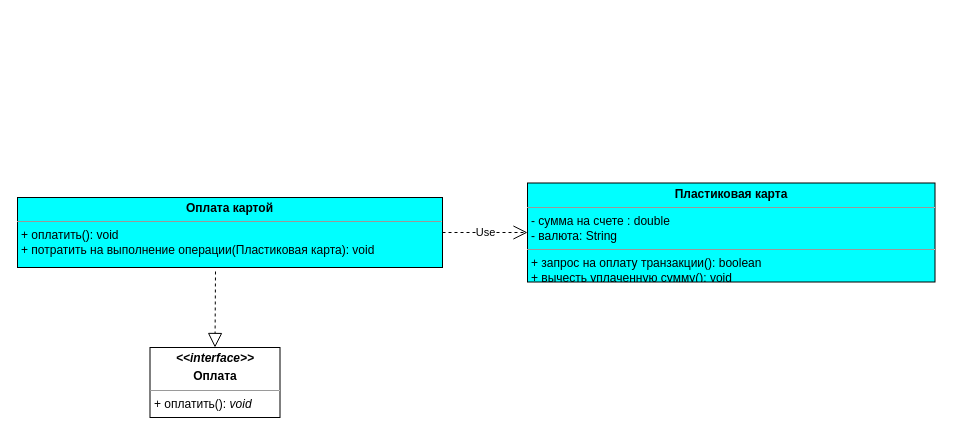
Above: page "editedCard" (3 of 8) of class/class diagram.drawio in sazro19/PPwIS_UML (draw.io), before the change. Source tidied: cells renumbered, new cells numbered last; positions are measured from the earlier drawing's top-left corner, leaving out a move shared by most shapes. Both pictures are drawn from the tidied source at 100%, with x=0, y=0 at pixel (17, 183).
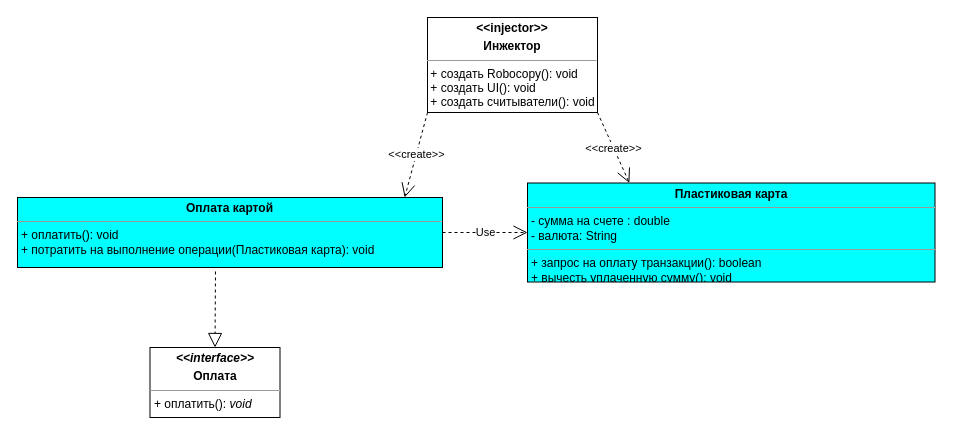
After the change.

What changed in the source:
```diff
@@
 <mxGraphModel>
   <root>
     <mxCell id="0" />
     <mxCell id="1" parent="0" />
     <mxCell id="2" value="&lt;p style=&quot;margin: 0px ; margin-top: 4px ; text-align: center&quot;&gt;&lt;b&gt;Пластиковая карта&lt;/b&gt;&lt;/p&gt;&lt;hr size=&quot;1&quot;&gt;&lt;p style=&quot;margin: 0px ; margin-left: 4px&quot;&gt;&lt;span&gt;- сумма на счете : double&lt;/span&gt;&lt;/p&gt;&lt;p style=&quot;margin: 0px ; margin-left: 4px&quot;&gt;&lt;span&gt;- валюта: String&lt;/span&gt;&lt;/p&gt;&lt;hr size=&quot;1&quot;&gt;&lt;p style=&quot;margin: 0px ; margin-left: 4px&quot;&gt;&lt;span&gt;+ запрос на оплату транзакции(): boolean&lt;/span&gt;&lt;/p&gt;&lt;p style=&quot;margin: 0px ; margin-left: 4px&quot;&gt;&lt;span&gt;+ вычесть уплаченную сумму(): void&lt;/span&gt;&lt;/p&gt;" style="verticalAlign=top;align=left;overflow=fill;fontSize=12;fontFamily=Helvetica;html=1;fillColor=#00FFFF;" parent="1" vertex="1">
       <mxGeometry x="510" y="-0.5" width="407.5" height="99" as="geometry" />
     </mxCell>
     <mxCell id="3" value="&lt;p style=&quot;margin: 0px ; margin-top: 4px ; text-align: center&quot;&gt;&lt;b&gt;&lt;i&gt;&amp;lt;&amp;lt;interface&amp;gt;&amp;gt;&lt;/i&gt;&lt;/b&gt;&lt;/p&gt;&lt;p style=&quot;margin: 0px ; margin-top: 4px ; text-align: center&quot;&gt;&lt;b&gt;Оплата&lt;/b&gt;&lt;/p&gt;&lt;hr size=&quot;1&quot;&gt;&lt;div style=&quot;height: 2px&quot;&gt;&lt;p style=&quot;margin: 0px 0px 0px 4px&quot;&gt;+ оплатить(): &lt;i&gt;void&lt;/i&gt;&lt;/p&gt;&lt;p style=&quot;margin: 0px 0px 0px 4px&quot;&gt;&lt;i&gt;&lt;br&gt;&lt;/i&gt;&lt;/p&gt;&lt;/div&gt;" style="verticalAlign=top;align=left;overflow=fill;fontSize=12;fontFamily=Helvetica;html=1;" parent="1" vertex="1">
       <mxGeometry x="132.5" y="164" width="130" height="70" as="geometry" />
     </mxCell>
     <mxCell id="4" value="&lt;p style=&quot;margin: 0px ; margin-top: 4px ; text-align: center&quot;&gt;&lt;b&gt;Оплата картой&lt;/b&gt;&lt;/p&gt;&lt;hr size=&quot;1&quot;&gt;&lt;div style=&quot;height: 2px&quot;&gt;&lt;p style=&quot;margin: 0px 0px 0px 4px&quot;&gt;+ оплатить(): void&lt;/p&gt;&lt;p style=&quot;margin: 0px 0px 0px 4px&quot;&gt;+&amp;nbsp;&lt;span&gt;потратить на выполнение операции(Пластиковая карта): void&lt;/span&gt;&lt;/p&gt;&lt;p style=&quot;margin: 0px 0px 0px 4px&quot;&gt;&lt;br&gt;&lt;/p&gt;&lt;p style=&quot;margin: 0px 0px 0px 4px&quot;&gt;&lt;br&gt;&lt;/p&gt;&lt;/div&gt;" style="verticalAlign=top;align=left;overflow=fill;fontSize=12;fontFamily=Helvetica;html=1;fillColor=#00FFFF;" parent="1" vertex="1">
       <mxGeometry y="14" width="425" height="70" as="geometry" />
     </mxCell>
     <mxCell id="5" style="endArrow=block;dashed=1;endFill=0;endSize=12;html=1;entryX=0.5;entryY=0;entryDx=0;entryDy=0;" parent="1" edge="1" target="3">
       <mxGeometry relative="1" as="geometry">
         <mxPoint x="198" y="88" as="sourcePoint" />
       </mxGeometry>
     </mxCell>
     <mxCell id="6" value="Use" style="endArrow=open;endSize=12;dashed=1;html=1;exitX=1;exitY=0.5;exitDx=0;exitDy=0;entryX=0;entryY=0.5;entryDx=0;entryDy=0;" parent="1" edge="1" source="4" target="2">
       <mxGeometry relative="1" as="geometry" />
     </mxCell>
+    <mxCell id="7" value="&lt;p style=&quot;margin: 0px ; margin-top: 4px ; text-align: center&quot;&gt;&lt;b&gt;&amp;lt;&amp;lt;injector&amp;gt;&amp;gt;&lt;/b&gt;&lt;/p&gt;&lt;p style=&quot;margin: 0px ; margin-top: 4px ; text-align: center&quot;&gt;&lt;b&gt;Инжектор&lt;/b&gt;&lt;/p&gt;&lt;hr size=&quot;1&quot;&gt;&lt;div style=&quot;height: 2px&quot;&gt;&amp;nbsp;+ создать Robocopy(): void&lt;br&gt;&amp;nbsp;+ создать UI(): void&lt;/div&gt;&lt;div style=&quot;height: 2px&quot;&gt;&lt;br&gt;&lt;br&gt;&lt;/div&gt;&lt;div style=&quot;height: 2px&quot;&gt;&lt;br&gt;&lt;/div&gt;&lt;div style=&quot;height: 2px&quot;&gt;&lt;br&gt;&lt;/div&gt;&lt;div style=&quot;height: 2px&quot;&gt;&lt;br&gt;&lt;/div&gt;&lt;div style=&quot;height: 2px&quot;&gt;&lt;br&gt;&lt;/div&gt;&lt;div style=&quot;height: 2px&quot;&gt;&lt;br&gt;&lt;/div&gt;&lt;div style=&quot;height: 2px&quot;&gt;&lt;br&gt;&lt;/div&gt;&lt;div style=&quot;height: 2px&quot;&gt;&lt;br&gt;&lt;/div&gt;&lt;div style=&quot;height: 2px&quot;&gt;&lt;br&gt;&lt;/div&gt;&lt;div style=&quot;height: 2px&quot;&gt;&lt;br&gt;&lt;/div&gt;&lt;div style=&quot;height: 2px&quot;&gt;&lt;br&gt;&lt;/div&gt;&lt;div style=&quot;height: 2px&quot;&gt;&amp;nbsp;&lt;/div&gt;&lt;div style=&quot;height: 2px&quot;&gt;&lt;br&gt;&lt;/div&gt;&lt;div style=&quot;height: 2px&quot;&gt;&amp;nbsp;+ создать считыватели(): void&lt;/div&gt;" style="verticalAlign=top;align=left;overflow=fill;fontSize=12;fontFamily=Helvetica;html=1;" parent="1" vertex="1">
+      <mxGeometry x="410" y="-166" width="170" height="95" as="geometry" />
+    </mxCell>
+    <mxCell id="8" value="&amp;lt;&amp;lt;create&amp;gt;&amp;gt;" style="endArrow=open;endSize=12;dashed=1;html=1;exitX=0;exitY=1;exitDx=0;exitDy=0;entryX=0.911;entryY=0;entryDx=0;entryDy=0;entryPerimeter=0;" parent="1" edge="1" source="7" target="4">
+      <mxGeometry relative="1" as="geometry" />
+    </mxCell>
+    <mxCell id="9" value="&amp;lt;&amp;lt;create&amp;gt;&amp;gt;" style="endArrow=open;endSize=12;dashed=1;html=1;exitX=1;exitY=1;exitDx=0;exitDy=0;entryX=0.25;entryY=0;entryDx=0;entryDy=0;" parent="1" edge="1" source="7" target="2">
+      <mxGeometry relative="1" as="geometry" />
+    </mxCell>
   </root>
 </mxGraphModel>
```
